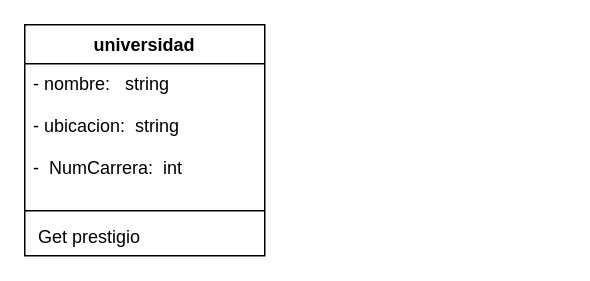
Before: diagrama.drawio in 7Gonza7/software-diagrama, a draw.io diagram. Source tidied: cells renumbered, new cells numbered last; positions are measured from the earlier drawing's top-left corner, leaving out a move shared by most shapes. Both pictures are drawn from the tidied source at 150%, with x=0, y=0 at pixel (24, 24).
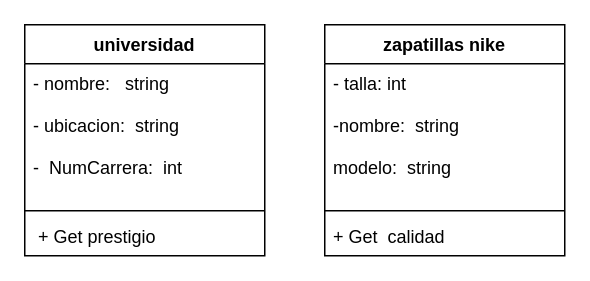
The same page after the edit.

The edit, as a diff of the source:
```diff
@@
 <mxGraphModel>
   <root>
     <mxCell id="0" />
     <mxCell id="1" parent="0" />
     <mxCell id="2" value="universidad" style="swimlane;fontStyle=1;align=center;verticalAlign=top;horizontal=1;startSize=26;" parent="1" vertex="1">
       <mxGeometry width="160" height="154" as="geometry" />
     </mxCell>
     <mxCell id="3" value="- nombre:   string&#10;&#10;- ubicacion:  string&#10;&#10;-  NumCarrera:  int &#10;" style="text;strokeColor=none;fillColor=none;align=left;verticalAlign=top;spacingLeft=4;spacingRight=4;overflow=hidden;" parent="2" vertex="1">
       <mxGeometry y="26" width="160" height="94" as="geometry" />
     </mxCell>
     <mxCell id="4" style="line;strokeWidth=1;fillColor=none;align=left;verticalAlign=middle;spacingTop=-1;spacingLeft=3;spacingRight=3;labelPosition=right;strokeColor=inherit;" parent="2" vertex="1">
       <mxGeometry y="120" width="160" height="8" as="geometry" />
     </mxCell>
-    <mxCell id="5" value=" Get prestigio " style="text;strokeColor=none;fillColor=none;align=left;verticalAlign=top;spacingLeft=4;spacingRight=4;overflow=hidden;" parent="2" vertex="1">
+    <mxCell id="5" value=" + Get prestigio " style="text;strokeColor=none;fillColor=none;align=left;verticalAlign=top;spacingLeft=4;spacingRight=4;overflow=hidden;" parent="2" vertex="1">
       <mxGeometry y="128" width="160" height="26" as="geometry" />
     </mxCell>
+    <mxCell id="6" value="zapatillas nike" style="swimlane;fontStyle=1;align=center;verticalAlign=top;horizontal=1;startSize=26;" parent="1" vertex="1">
+      <mxGeometry x="200" width="160" height="154" as="geometry" />
+    </mxCell>
+    <mxCell id="7" value="- talla: int&#10;&#10;-nombre:  string&#10;&#10;modelo:  string" style="text;strokeColor=none;fillColor=none;align=left;verticalAlign=top;spacingLeft=4;spacingRight=4;overflow=hidden;" parent="6" vertex="1">
+      <mxGeometry y="26" width="160" height="94" as="geometry" />
+    </mxCell>
+    <mxCell id="8" style="line;strokeWidth=1;fillColor=none;align=left;verticalAlign=middle;spacingTop=-1;spacingLeft=3;spacingRight=3;labelPosition=right;strokeColor=inherit;" parent="6" vertex="1">
+      <mxGeometry y="120" width="160" height="8" as="geometry" />
+    </mxCell>
+    <mxCell id="9" value="+ Get  calidad&#10;" style="text;strokeColor=none;fillColor=none;align=left;verticalAlign=top;spacingLeft=4;spacingRight=4;overflow=hidden;" parent="6" vertex="1">
+      <mxGeometry y="128" width="160" height="26" as="geometry" />
+    </mxCell>
   </root>
 </mxGraphModel>
```
